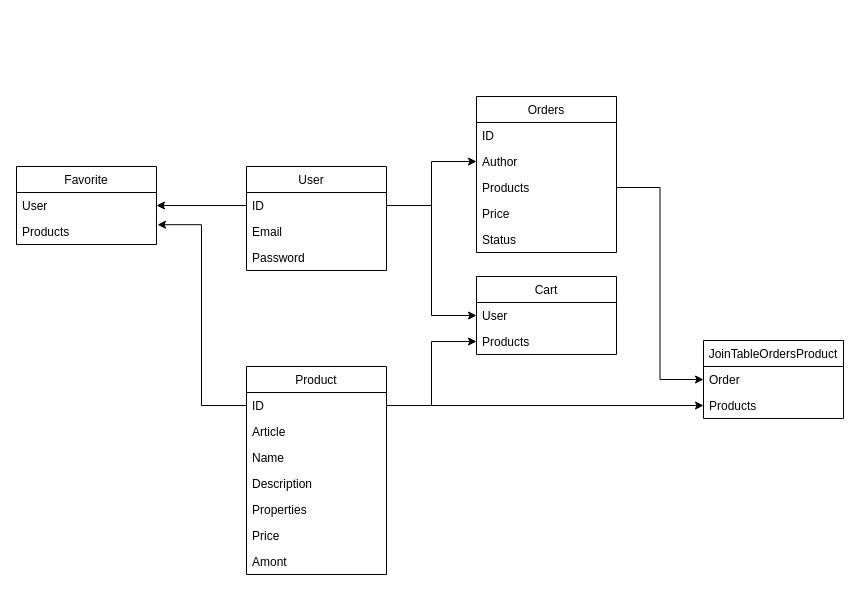
This is nenavalniy.drawio from MiKaMoRe/nenavalniy, a draw.io file, before an edit. Source tidied: cells renumbered, new cells numbered last; positions are measured from the earlier drawing's top-left corner, leaving out a move shared by most shapes. Both pictures are drawn from the tidied source at 100%, with x=0, y=0 at pixel (16, 96).
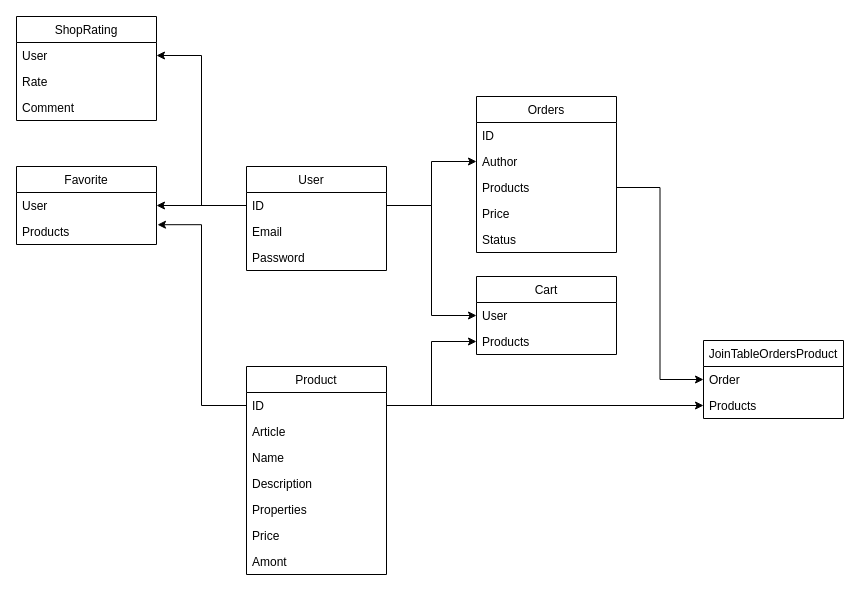
The same diagram, later.

Commit message:
Update nenavalniy.drawio add shop rating

The change refers to these unchanged cells:
```xml
<mxCell id="3" value="ID" style="text;strokeColor=none;fillColor=none;align=left;verticalAlign=top;spacingLeft=4;spacingRight=4;overflow=hidden;points=[[0,0.5],[1,0.5]];portConstraint=eastwest;" parent="2" vertex="1">
  <mxGeometry y="26" width="140" height="26" as="geometry" />
</mxCell>
```

Diff of the diagram source:
```diff
@@
+    <mxCell id="36" value="ShopRating" style="swimlane;fontStyle=0;horizontal=1;startSize=26;" parent="1" vertex="1">
+      <mxGeometry y="-80" width="140" height="104" as="geometry" />
+    </mxCell>
+    <mxCell id="37" value="User" style="text;strokeColor=none;fillColor=none;align=left;verticalAlign=top;spacingLeft=4;spacingRight=4;overflow=hidden;points=[[0,0.5],[1,0.5]];portConstraint=eastwest;" parent="36" vertex="1">
+      <mxGeometry y="26" width="140" height="26" as="geometry" />
+    </mxCell>
+    <mxCell id="38" value="Rate" style="text;strokeColor=none;fillColor=none;align=left;verticalAlign=top;spacingLeft=4;spacingRight=4;overflow=hidden;" parent="36" vertex="1">
+      <mxGeometry y="52" width="140" height="26" as="geometry" />
+    </mxCell>
+    <mxCell id="39" value="Comment" style="text;strokeColor=none;fillColor=none;align=left;verticalAlign=top;spacingLeft=4;spacingRight=4;overflow=hidden;" parent="36" vertex="1">
+      <mxGeometry y="78" width="140" height="26" as="geometry" />
+    </mxCell>
+    <mxCell id="40" style="edgeStyle=orthogonalEdgeStyle;rounded=0;jettySize=auto;html=1;" parent="1" edge="1" source="3" target="37">
+      <mxGeometry relative="1" as="geometry" />
+    </mxCell>
```
